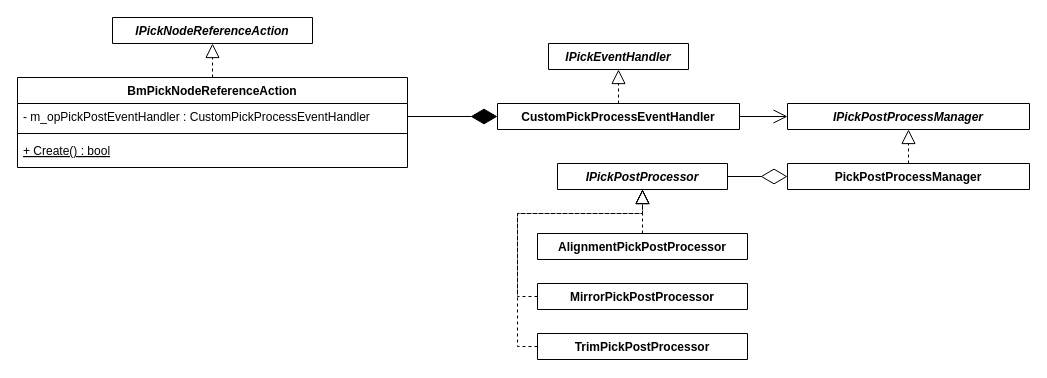
Earlier version of the draw.io diagram ChainPickCadCurve.drawio (Sean-Xu-Code/cpp). Source tidied: cells renumbered, new cells numbered last; positions are measured from the earlier drawing's top-left corner, leaving out a move shared by most shapes. Both pictures are drawn from the tidied source at 100%, with x=0, y=0 at pixel (17, 17).
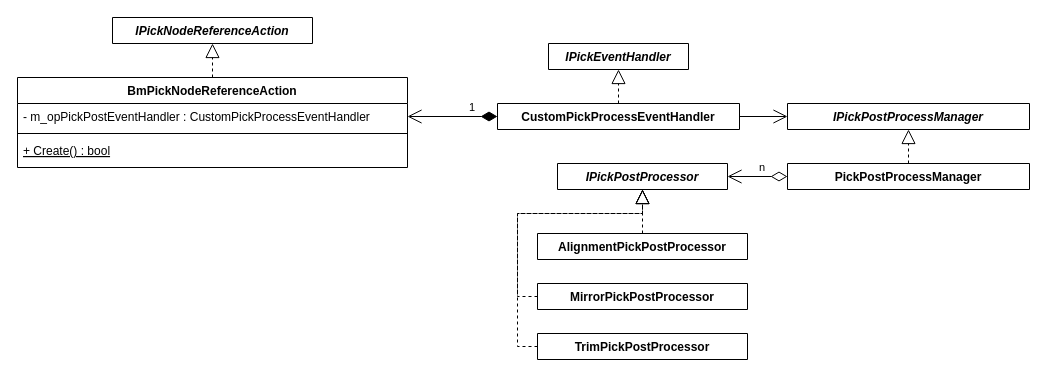
The same diagram, later.

Unchanged cells that the change refers to:
```xml
<mxCell id="4" value="- m_opPickPostEventHandler : CustomPickProcessEventHandler" style="text;align=left;verticalAlign=top;spacingLeft=4;spacingRight=4;overflow=hidden;points=[[0,0.5],[1,0.5]];portConstraint=eastwest;" parent="3" vertex="1">
  <mxGeometry y="26" width="390" height="26" as="geometry" />
</mxCell>
<mxCell id="7" value="IPickPostProcessor" style="swimlane;fontStyle=3;align=center;verticalAlign=top;horizontal=1;startSize=26;rounded=0;shadow=0;strokeWidth=1;" parent="1" vertex="1" collapsed="1">
  <mxGeometry x="540" y="146" width="170" height="26" as="geometry" />
</mxCell>
<mxCell id="11" value="CustomPickProcessEventHandler" style="swimlane;fontStyle=1;align=center;verticalAlign=top;horizontal=1;startSize=26;rounded=0;shadow=0;strokeWidth=1;" parent="1" vertex="1" collapsed="1">
  <mxGeometry x="480" y="86" width="242" height="26" as="geometry" />
</mxCell>
<mxCell id="19" value="PickPostProcessManager" style="swimlane;fontStyle=1;align=center;verticalAlign=top;horizontal=1;startSize=26;rounded=0;shadow=0;strokeWidth=1;" parent="1" vertex="1" collapsed="1">
  <mxGeometry x="770" y="146" width="242" height="26" as="geometry" />
</mxCell>
```

The edit, as a diff of the source:
```diff
@@
-    <mxCell id="20" style="endArrow=diamondThin;endFill=0;endSize=24;html=1;rounded=0;exitX=1;exitY=0.5;exitDx=0;exitDy=0;entryX=0;entryY=0.5;entryDx=0;entryDy=0;" parent="1" edge="1" source="7" target="19">
-      <mxGeometry relative="1" as="geometry" />
-    </mxCell>
@@
-    <mxCell id="22" style="endArrow=diamondThin;endFill=1;endSize=24;html=1;rounded=0;exitX=1;exitY=0.5;exitDx=0;exitDy=0;entryX=0;entryY=0.5;entryDx=0;entryDy=0;" parent="1" edge="1" source="4" target="11">
-      <mxGeometry relative="1" as="geometry" />
-    </mxCell>
@@
+    <mxCell id="24" value="n" style="endArrow=open;html=1;endSize=12;startArrow=diamondThin;startSize=14;startFill=0;edgeStyle=orthogonalEdgeStyle;align=left;verticalAlign=bottom;rounded=0;entryX=1;entryY=0.5;entryDx=0;entryDy=0;exitX=0;exitY=0.5;exitDx=0;exitDy=0;" parent="1" edge="1" source="19" target="7">
+      <mxGeometry relative="1" as="geometry" />
+    </mxCell>
+    <mxCell id="25" value="1" style="endArrow=open;html=1;endSize=12;startArrow=diamondThin;startSize=14;startFill=1;edgeStyle=orthogonalEdgeStyle;align=left;verticalAlign=bottom;rounded=0;entryX=1;entryY=0.5;entryDx=0;entryDy=0;exitX=0;exitY=0.5;exitDx=0;exitDy=0;" parent="1" edge="1" source="11" target="4">
+      <mxGeometry x="-0.33" relative="1" as="geometry" />
+    </mxCell>
```
